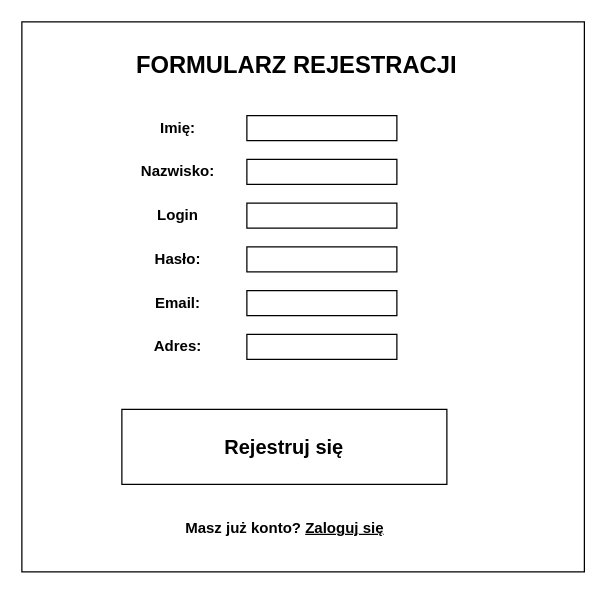
Tarik-Alaiwi-dev/PSI-Docs keeps this draw.io diagram as 7/formularze/interfejs_rejestracji.drawio. Above is the earlier version. Source tidied: cells renumbered, new cells numbered last; positions are measured from the earlier drawing's top-left corner, leaving out a move shared by most shapes. Both pictures are drawn from the tidied source at 125%, with x=0, y=0 at pixel (21, 21).
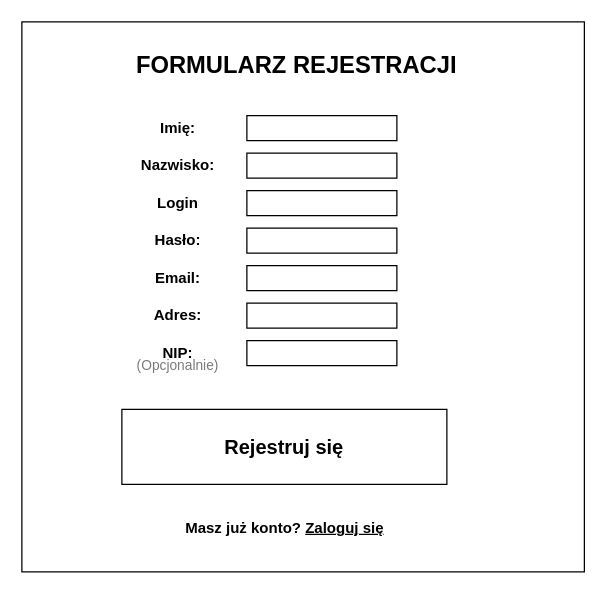
The same diagram, later.

The edit, as a diff of the source:
```diff
@@
     <mxCell id="3" value="&lt;b&gt;Login&lt;/b&gt;" style="text;html=1;align=center;verticalAlign=middle;whiteSpace=wrap;rounded=0;" parent="1" vertex="1">
-      <mxGeometry x="80" y="140" width="90" height="30" as="geometry" />
+      <mxGeometry x="80" y="130" width="90" height="30" as="geometry" />
     </mxCell>
     <mxCell id="4" style="rounded=0;whiteSpace=wrap;html=1;" parent="1" vertex="1">
-      <mxGeometry x="180" y="145" width="120" height="20" as="geometry" />
+      <mxGeometry x="180" y="135" width="120" height="20" as="geometry" />
     </mxCell>
@@
     <mxCell id="6" value="&lt;b&gt;Hasło:&lt;/b&gt;" style="text;html=1;align=center;verticalAlign=middle;whiteSpace=wrap;rounded=0;" parent="1" vertex="1">
-      <mxGeometry x="95" y="175" width="60" height="30" as="geometry" />
+      <mxGeometry x="95" y="160" width="60" height="30" as="geometry" />
     </mxCell>
     <mxCell id="7" style="rounded=0;whiteSpace=wrap;html=1;" parent="1" vertex="1">
-      <mxGeometry x="180" y="180" width="120" height="20" as="geometry" />
+      <mxGeometry x="180" y="165" width="120" height="20" as="geometry" />
     </mxCell>
@@
     <mxCell id="12" value="&lt;b&gt;Nazwisko:&lt;/b&gt;" style="text;html=1;align=center;verticalAlign=middle;whiteSpace=wrap;rounded=0;" parent="1" vertex="1">
-      <mxGeometry x="80" y="105" width="90" height="30" as="geometry" />
+      <mxGeometry x="80" y="100" width="90" height="30" as="geometry" />
     </mxCell>
     <mxCell id="13" style="rounded=0;whiteSpace=wrap;html=1;" parent="1" vertex="1">
-      <mxGeometry x="180" y="110" width="120" height="20" as="geometry" />
+      <mxGeometry x="180" y="105" width="120" height="20" as="geometry" />
     </mxCell>
     <mxCell id="14" value="&lt;b&gt;Email:&lt;/b&gt;" style="text;html=1;align=center;verticalAlign=middle;whiteSpace=wrap;rounded=0;" parent="1" vertex="1">
-      <mxGeometry x="95" y="210" width="60" height="30" as="geometry" />
+      <mxGeometry x="95" y="190" width="60" height="30" as="geometry" />
     </mxCell>
     <mxCell id="15" style="rounded=0;whiteSpace=wrap;html=1;" parent="1" vertex="1">
-      <mxGeometry x="180" y="215" width="120" height="20" as="geometry" />
+      <mxGeometry x="180" y="195" width="120" height="20" as="geometry" />
     </mxCell>
@@
     <mxCell id="18" value="&lt;b&gt;Adres:&lt;/b&gt;" style="text;html=1;align=center;verticalAlign=middle;whiteSpace=wrap;rounded=0;" parent="1" vertex="1">
-      <mxGeometry x="95" y="245" width="60" height="30" as="geometry" />
+      <mxGeometry x="95" y="220" width="60" height="30" as="geometry" />
     </mxCell>
     <mxCell id="19" style="rounded=0;whiteSpace=wrap;html=1;" parent="1" vertex="1">
-      <mxGeometry x="180" y="250" width="120" height="20" as="geometry" />
+      <mxGeometry x="180" y="225" width="120" height="20" as="geometry" />
     </mxCell>
+    <mxCell id="20" value="&lt;b&gt;NIP:&lt;/b&gt;" style="text;html=1;align=center;verticalAlign=middle;whiteSpace=wrap;rounded=0;" parent="1" vertex="1">
+      <mxGeometry x="95" y="250" width="60" height="30" as="geometry" />
+    </mxCell>
+    <mxCell id="21" style="rounded=0;whiteSpace=wrap;html=1;" parent="1" vertex="1">
+      <mxGeometry x="180" y="255" width="120" height="20" as="geometry" />
+    </mxCell>
+    <mxCell id="22" value="&lt;font style=&quot;font-size: 11px;&quot; color=&quot;#7a7a7a&quot;&gt;(Opcjonalnie)&lt;/font&gt;" style="text;html=1;align=center;verticalAlign=middle;whiteSpace=wrap;rounded=0;" parent="1" vertex="1">
+      <mxGeometry x="60" y="260" width="130" height="30" as="geometry" />
+    </mxCell>
```
